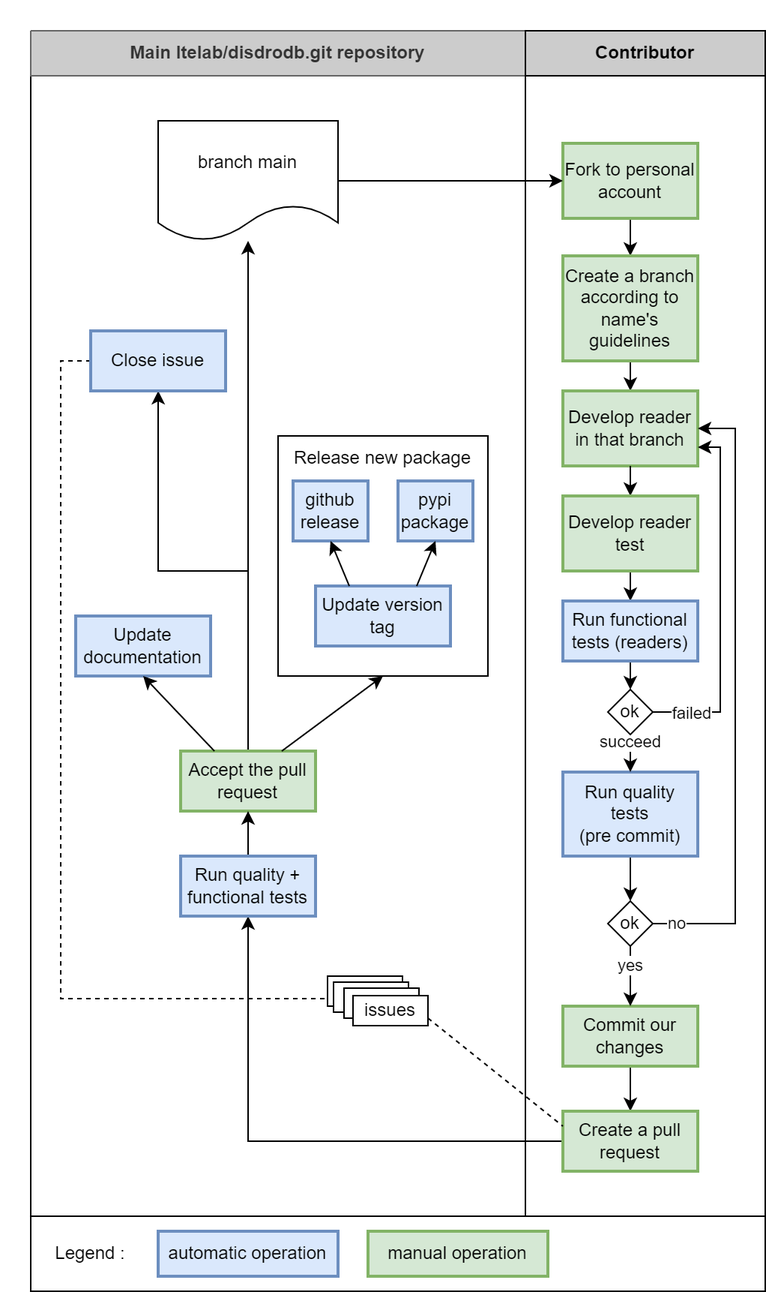
This is docs/source/static/collaborative_process.png from ltelab/disdrodb, a draw.io export, as it was before one commit. Source tidied: cells renumbered, new cells last; positions are measured from the earlier drawing's top-left corner, leaving out a move shared by most shapes.
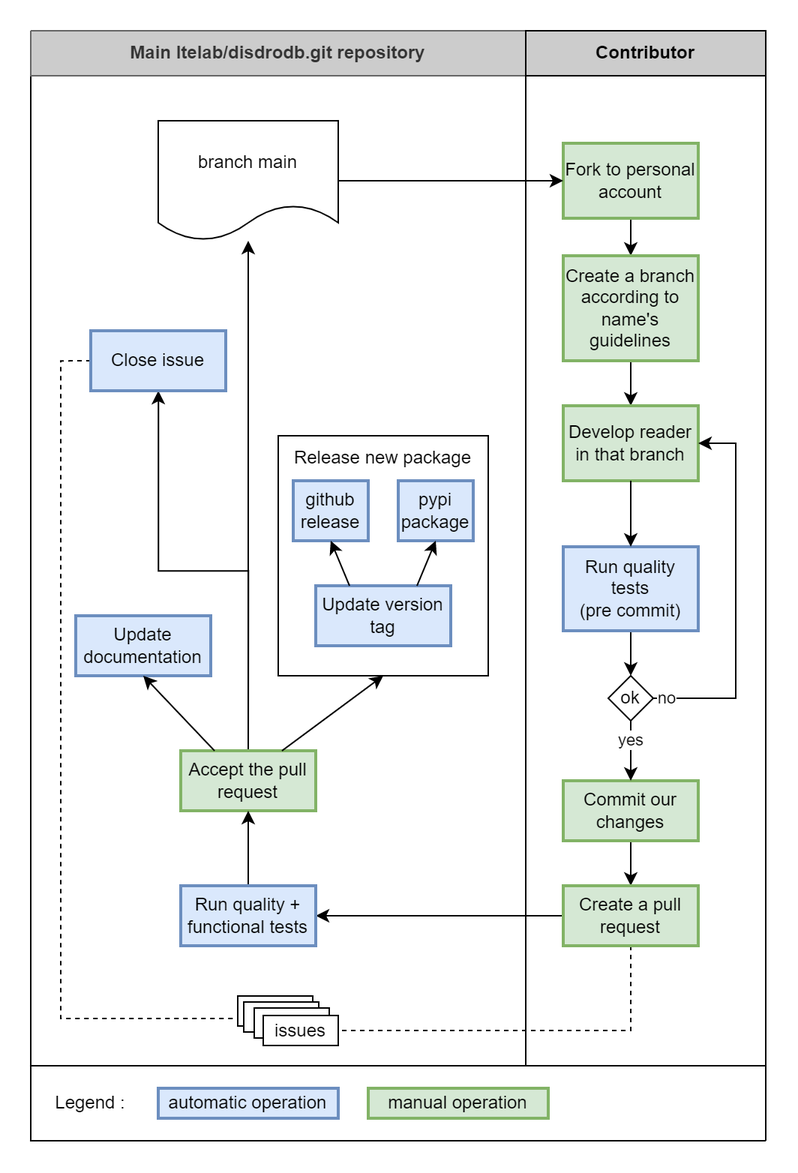
Above is the later version.

Commit message:
feat: change image contributing process

Diff of the diagram source:
```diff
@@ -3,13 +3,13 @@
     <mxCell id="0" />
     <mxCell id="1" parent="0" />
     <mxCell id="2" style="rounded=0;whiteSpace=wrap;html=1;" parent="1" vertex="1">
-      <mxGeometry x="20" y="810" width="490" height="50" as="geometry" />
+      <mxGeometry x="20" y="710" width="490" height="50" as="geometry" />
     </mxCell>
     <mxCell id="3" style="rounded=0;whiteSpace=wrap;html=1;" parent="1" vertex="1">
-      <mxGeometry x="350" y="50" width="160" height="760" as="geometry" />
+      <mxGeometry x="350" y="50" width="160" height="660" as="geometry" />
     </mxCell>
     <mxCell id="4" style="rounded=0;whiteSpace=wrap;html=1;" parent="1" vertex="1">
-      <mxGeometry x="20" y="50" width="330" height="760" as="geometry" />
+      <mxGeometry x="20" y="50" width="330" height="660" as="geometry" />
     </mxCell>
     <mxCell id="5" style="rounded=0;whiteSpace=wrap;html=1;" parent="1" vertex="1">
       <mxGeometry x="185" y="290" width="140" height="160" as="geometry" />
@@ -39,104 +39,104 @@
       <mxGeometry x="375" y="170" width="90" height="70" as="geometry" />
     </mxCell>
     <mxCell id="14" value="Develop reader in that branch" style="rounded=0;whiteSpace=wrap;html=1;absoluteArcSize=1;arcSize=14;strokeWidth=2;fillColor=#d5e8d4;strokeColor=#82b366;" parent="1" vertex="1">
-      <mxGeometry x="375" y="260" width="90" height="50" as="geometry" />
+      <mxGeometry x="375" y="270" width="90" height="50" as="geometry" />
     </mxCell>
-    <mxCell id="15" style="edgeStyle=orthogonalEdgeStyle;rounded=0;jettySize=auto;html=1;exitX=0.5;exitY=1;exitDx=0;exitDy=0;" parent="1" edge="1" source="16" target="18">
+    <mxCell id="15" style="edgeStyle=orthogonalEdgeStyle;rounded=0;jettySize=auto;html=1;exitX=0.5;exitY=1;exitDx=0;exitDy=0;" parent="1" edge="1" source="16" target="19">
       <mxGeometry relative="1" as="geometry" />
     </mxCell>
     <mxCell id="16" value="Commit our changes" style="rounded=0;whiteSpace=wrap;html=1;absoluteArcSize=1;arcSize=14;strokeWidth=2;fillColor=#d5e8d4;strokeColor=#82b366;" parent="1" vertex="1">
-      <mxGeometry x="375" y="670" width="90" height="40" as="geometry" />
+      <mxGeometry x="375" y="520" width="90" height="40" as="geometry" />
     </mxCell>
-    <mxCell id="17" style="edgeStyle=orthogonalEdgeStyle;rounded=0;jettySize=auto;html=1;exitX=0;exitY=0.5;exitDx=0;exitDy=0;entryX=0.5;entryY=1;entryDx=0;entryDy=0;" parent="1" edge="1" source="18" target="57">
+    <mxCell id="17" style="edgeStyle=orthogonalEdgeStyle;rounded=0;jettySize=auto;html=1;exitX=0;exitY=0.5;exitDx=0;exitDy=0;entryX=1;entryY=0.5;entryDx=0;entryDy=0;" parent="1" edge="1" source="19" target="50">
       <mxGeometry relative="1" as="geometry" />
     </mxCell>
-    <mxCell id="18" value="Create a pull request" style="rounded=0;whiteSpace=wrap;html=1;absoluteArcSize=1;arcSize=14;strokeWidth=2;fillColor=#d5e8d4;strokeColor=#82b366;" parent="1" vertex="1">
-      <mxGeometry x="375" y="740" width="90" height="40" as="geometry" />
+    <mxCell id="18" style="edgeStyle=orthogonalEdgeStyle;rounded=0;jettySize=auto;html=1;exitX=0.5;exitY=1;exitDx=0;exitDy=0;entryX=1;entryY=0.5;entryDx=0;entryDy=0;endArrow=none;endFill=0;dashed=1;" parent="1" edge="1" source="19" target="44">
+      <mxGeometry relative="1" as="geometry" />
     </mxCell>
-    <mxCell id="19" style="edgeStyle=orthogonalEdgeStyle;rounded=0;jettySize=auto;html=1;exitX=0.5;exitY=0;exitDx=0;exitDy=0;" parent="1" edge="1" source="21" target="8">
-      <mxGeometry relative="1" as="geometry" />
+    <mxCell id="19" value="Create a pull request" style="rounded=0;whiteSpace=wrap;html=1;absoluteArcSize=1;arcSize=14;strokeWidth=2;fillColor=#d5e8d4;strokeColor=#82b366;" parent="1" vertex="1">
+      <mxGeometry x="375" y="590" width="90" height="40" as="geometry" />
     </mxCell>
-    <mxCell id="20" style="edgeStyle=orthogonalEdgeStyle;rounded=0;jettySize=auto;html=1;exitX=0.5;exitY=0;exitDx=0;exitDy=0;" parent="1" edge="1" source="21" target="46">
+    <mxCell id="20" style="edgeStyle=orthogonalEdgeStyle;rounded=0;jettySize=auto;html=1;exitX=0.5;exitY=0;exitDx=0;exitDy=0;" parent="1" edge="1" source="22" target="8">
       <mxGeometry relative="1" as="geometry" />
     </mxCell>
-    <mxCell id="21" value="Accept the pull request" style="rounded=0;whiteSpace=wrap;html=1;absoluteArcSize=1;arcSize=14;strokeWidth=2;fillColor=#d5e8d4;strokeColor=#82b366;" parent="1" vertex="1">
-      <mxGeometry x="120" y="500" width="90" height="40" as="geometry" />
+    <mxCell id="21" style="edgeStyle=orthogonalEdgeStyle;rounded=0;jettySize=auto;html=1;exitX=0.5;exitY=0;exitDx=0;exitDy=0;" parent="1" edge="1" source="22" target="46">
+      <mxGeometry relative="1" as="geometry" />
     </mxCell>
-    <mxCell id="22" value="github release" style="rounded=0;whiteSpace=wrap;html=1;absoluteArcSize=1;arcSize=14;strokeWidth=2;fillColor=#dae8fc;strokeColor=#6c8ebf;" parent="1" vertex="1">
-      <mxGeometry x="195" y="320" width="50" height="40" as="geometry" />
+    <mxCell id="22" value="Accept the pull request" style="rounded=0;whiteSpace=wrap;html=1;absoluteArcSize=1;arcSize=14;strokeWidth=2;fillColor=#d5e8d4;strokeColor=#82b366;" parent="1" vertex="1">
+      <mxGeometry x="120" y="500" width="90" height="40" as="geometry" />
     </mxCell>
-    <mxCell id="23" value="Update documentation" style="rounded=0;whiteSpace=wrap;html=1;absoluteArcSize=1;arcSize=14;strokeWidth=2;fillColor=#dae8fc;strokeColor=#6c8ebf;" parent="1" vertex="1">
-      <mxGeometry x="50" y="410" width="90" height="40" as="geometry" />
+    <mxCell id="23" value="github release" style="rounded=0;whiteSpace=wrap;html=1;absoluteArcSize=1;arcSize=14;strokeWidth=2;fillColor=#dae8fc;strokeColor=#6c8ebf;" parent="1" vertex="1">
+      <mxGeometry x="195" y="320" width="50" height="40" as="geometry" />
     </mxCell>
-    <mxCell id="24" style="edgeStyle=orthogonalEdgeStyle;rounded=0;jettySize=auto;html=1;exitX=0.5;exitY=1;exitDx=0;exitDy=0;entryX=0.5;entryY=0;entryDx=0;entryDy=0;" parent="1" edge="1" source="25" target="28">
-      <mxGeometry relative="1" as="geometry" />
+    <mxCell id="24" value="Update documentation" style="rounded=0;whiteSpace=wrap;html=1;absoluteArcSize=1;arcSize=14;strokeWidth=2;fillColor=#dae8fc;strokeColor=#6c8ebf;" parent="1" vertex="1">
+      <mxGeometry x="50" y="410" width="90" height="40" as="geometry" />
     </mxCell>
-    <mxCell id="25" value="Run quality tests&lt;br&gt;(pre commit)" style="rounded=0;whiteSpace=wrap;html=1;absoluteArcSize=1;arcSize=14;strokeWidth=2;fillColor=#dae8fc;strokeColor=#6c8ebf;" parent="1" vertex="1">
-      <mxGeometry x="375" y="514" width="90" height="56" as="geometry" />
+    <mxCell id="25" style="edgeStyle=orthogonalEdgeStyle;rounded=0;jettySize=auto;html=1;exitX=0.5;exitY=1;exitDx=0;exitDy=0;entryX=0.5;entryY=0;entryDx=0;entryDy=0;" parent="1" edge="1" source="26" target="29">
+      <mxGeometry relative="1" as="geometry" />
     </mxCell>
-    <mxCell id="26" style="endArrow=classic;html=1;rounded=0;exitX=0.5;exitY=1;exitDx=0;exitDy=0;" parent="1" edge="1" source="14" target="49">
-      <mxGeometry relative="1" as="geometry" />
+    <mxCell id="26" value="Run quality tests&lt;br&gt;(pre commit)" style="rounded=0;whiteSpace=wrap;html=1;absoluteArcSize=1;arcSize=14;strokeWidth=2;fillColor=#dae8fc;strokeColor=#6c8ebf;" parent="1" vertex="1">
+      <mxGeometry x="375" y="364" width="90" height="56" as="geometry" />
     </mxCell>
-    <mxCell id="27" value="no" style="edgeStyle=orthogonalEdgeStyle;rounded=0;jettySize=auto;html=1;exitX=1;exitY=0.5;exitDx=0;exitDy=0;entryX=1;entryY=0.5;entryDx=0;entryDy=0;" parent="1" edge="1" source="28" target="14">
-      <mxGeometry x="-0.92" relative="1" as="geometry">
-        <Array as="points">
-          <mxPoint x="490" y="615" />
-          <mxPoint x="490" y="285" />
-        </Array>
-      </mxGeometry>
+    <mxCell id="27" style="endArrow=classic;html=1;rounded=0;exitX=0.5;exitY=1;exitDx=0;exitDy=0;entryX=0.5;entryY=0;entryDx=0;entryDy=0;" parent="1" edge="1" source="14" target="26">
+      <mxGeometry relative="1" as="geometry" />
     </mxCell>
-    <mxCell id="28" value="ok" style="rhombus;whiteSpace=wrap;html=1;rounded=0;" parent="1" vertex="1">
-      <mxGeometry x="405" y="600" width="30" height="30" as="geometry" />
+    <mxCell id="28" value="no" style="edgeStyle=orthogonalEdgeStyle;rounded=0;jettySize=auto;html=1;exitX=1;exitY=0.5;exitDx=0;exitDy=0;entryX=1;entryY=0.5;entryDx=0;entryDy=0;" parent="1" edge="1" source="29" target="14">
+      <mxGeometry x="-0.92" relative="1" as="geometry">
+        <Array as="points">
+          <mxPoint x="490" y="465" />
+          <mxPoint x="490" y="295" />
+        </Array>
+      </mxGeometry>
     </mxCell>
-    <mxCell id="29" value="yes" style="endArrow=classic;html=1;rounded=0;exitX=0.5;exitY=1;exitDx=0;exitDy=0;entryX=0.5;entryY=0;entryDx=0;entryDy=0;" parent="1" edge="1" source="28" target="16">
-      <mxGeometry x="-0.33" relative="1" as="geometry" />
+    <mxCell id="29" value="ok" style="rhombus;whiteSpace=wrap;html=1;rounded=0;" parent="1" vertex="1">
+      <mxGeometry x="405" y="450" width="30" height="30" as="geometry" />
     </mxCell>
-    <mxCell id="30" value="Update version tag" style="rounded=0;whiteSpace=wrap;html=1;absoluteArcSize=1;arcSize=14;strokeWidth=2;fillColor=#dae8fc;strokeColor=#6c8ebf;" parent="1" vertex="1">
-      <mxGeometry x="210" y="390" width="90" height="40" as="geometry" />
+    <mxCell id="30" value="yes" style="endArrow=classic;html=1;rounded=0;exitX=0.5;exitY=1;exitDx=0;exitDy=0;entryX=0.5;entryY=0;entryDx=0;entryDy=0;" parent="1" edge="1" source="29" target="16">
+      <mxGeometry x="-0.33" relative="1" as="geometry" />
     </mxCell>
-    <mxCell id="31" value="Release new package" style="text;html=1;strokeColor=none;fillColor=none;align=center;verticalAlign=middle;whiteSpace=wrap;rounded=0;" parent="1" vertex="1">
-      <mxGeometry x="180" y="290" width="150" height="30" as="geometry" />
+    <mxCell id="31" value="Update version tag" style="rounded=0;whiteSpace=wrap;html=1;absoluteArcSize=1;arcSize=14;strokeWidth=2;fillColor=#dae8fc;strokeColor=#6c8ebf;" parent="1" vertex="1">
+      <mxGeometry x="210" y="390" width="90" height="40" as="geometry" />
     </mxCell>
-    <mxCell id="32" value="pypi package" style="rounded=0;whiteSpace=wrap;html=1;absoluteArcSize=1;arcSize=14;strokeWidth=2;fillColor=#dae8fc;strokeColor=#6c8ebf;" parent="1" vertex="1">
-      <mxGeometry x="265" y="320" width="50" height="40" as="geometry" />
+    <mxCell id="32" value="Release new package" style="text;html=1;strokeColor=none;fillColor=none;align=center;verticalAlign=middle;whiteSpace=wrap;rounded=0;" parent="1" vertex="1">
+      <mxGeometry x="180" y="290" width="150" height="30" as="geometry" />
     </mxCell>
-    <mxCell id="33" style="endArrow=classic;html=1;rounded=0;entryX=0.5;entryY=1;entryDx=0;entryDy=0;exitX=0.25;exitY=0;exitDx=0;exitDy=0;" parent="1" edge="1" source="30" target="22">
-      <mxGeometry relative="1" as="geometry" />
+    <mxCell id="33" value="pypi package" style="rounded=0;whiteSpace=wrap;html=1;absoluteArcSize=1;arcSize=14;strokeWidth=2;fillColor=#dae8fc;strokeColor=#6c8ebf;" parent="1" vertex="1">
+      <mxGeometry x="265" y="320" width="50" height="40" as="geometry" />
     </mxCell>
-    <mxCell id="34" style="endArrow=classic;html=1;rounded=0;exitX=0.75;exitY=0;exitDx=0;exitDy=0;entryX=0.5;entryY=1;entryDx=0;entryDy=0;" parent="1" edge="1" source="30" target="32">
+    <mxCell id="34" style="endArrow=classic;html=1;rounded=0;entryX=0.5;entryY=1;entryDx=0;entryDy=0;exitX=0.25;exitY=0;exitDx=0;exitDy=0;" parent="1" edge="1" source="31" target="23">
       <mxGeometry relative="1" as="geometry" />
     </mxCell>
-    <mxCell id="35" style="endArrow=classic;html=1;rounded=0;entryX=0.5;entryY=1;entryDx=0;entryDy=0;exitX=0.75;exitY=0;exitDx=0;exitDy=0;" parent="1" edge="1" source="21" target="5">
+    <mxCell id="35" style="endArrow=classic;html=1;rounded=0;exitX=0.75;exitY=0;exitDx=0;exitDy=0;entryX=0.5;entryY=1;entryDx=0;entryDy=0;" parent="1" edge="1" source="31" target="33">
       <mxGeometry relative="1" as="geometry" />
     </mxCell>
-    <mxCell id="36" style="endArrow=classic;html=1;rounded=0;entryX=0.5;entryY=1;entryDx=0;entryDy=0;exitX=0.25;exitY=0;exitDx=0;exitDy=0;" parent="1" edge="1" source="21" target="23">
+    <mxCell id="36" style="endArrow=classic;html=1;rounded=0;entryX=0.5;entryY=1;entryDx=0;entryDy=0;exitX=0.75;exitY=0;exitDx=0;exitDy=0;" parent="1" edge="1" source="22" target="5">
       <mxGeometry relative="1" as="geometry" />
     </mxCell>
-    <mxCell id="37" value="Legend :" style="text;html=1;strokeColor=none;fillColor=none;align=center;verticalAlign=middle;whiteSpace=wrap;rounded=0;" parent="1" vertex="1">
-      <mxGeometry x="30" y="820" width="60" height="30" as="geometry" />
+    <mxCell id="37" style="endArrow=classic;html=1;rounded=0;entryX=0.5;entryY=1;entryDx=0;entryDy=0;exitX=0.25;exitY=0;exitDx=0;exitDy=0;" parent="1" edge="1" source="22" target="24">
+      <mxGeometry relative="1" as="geometry" />
     </mxCell>
-    <mxCell id="38" value="automatic operation" style="rounded=0;whiteSpace=wrap;html=1;absoluteArcSize=1;arcSize=14;strokeWidth=2;fillColor=#dae8fc;strokeColor=#6c8ebf;" parent="1" vertex="1">
-      <mxGeometry x="105" y="820" width="120" height="30" as="geometry" />
+    <mxCell id="38" value="Legend :" style="text;html=1;strokeColor=none;fillColor=none;align=center;verticalAlign=middle;whiteSpace=wrap;rounded=0;" parent="1" vertex="1">
+      <mxGeometry x="30" y="720" width="60" height="30" as="geometry" />
     </mxCell>
-    <mxCell id="39" value="manual operation" style="rounded=0;whiteSpace=wrap;html=1;absoluteArcSize=1;arcSize=14;strokeWidth=2;fillColor=#d5e8d4;strokeColor=#82b366;" parent="1" vertex="1">
-      <mxGeometry x="245" y="820" width="120" height="30" as="geometry" />
+    <mxCell id="39" value="automatic operation" style="rounded=0;whiteSpace=wrap;html=1;absoluteArcSize=1;arcSize=14;strokeWidth=2;fillColor=#dae8fc;strokeColor=#6c8ebf;" parent="1" vertex="1">
+      <mxGeometry x="105" y="725" width="120" height="20" as="geometry" />
     </mxCell>
-    <mxCell id="40" value="issues" style="rounded=0;whiteSpace=wrap;html=1;" parent="1" vertex="1">
-      <mxGeometry x="218" y="650" width="50" height="20" as="geometry" />
+    <mxCell id="40" value="manual operation" style="rounded=0;whiteSpace=wrap;html=1;absoluteArcSize=1;arcSize=14;strokeWidth=2;fillColor=#d5e8d4;strokeColor=#82b366;" parent="1" vertex="1">
+      <mxGeometry x="245" y="725" width="120" height="20" as="geometry" />
     </mxCell>
     <mxCell id="41" value="issues" style="rounded=0;whiteSpace=wrap;html=1;" parent="1" vertex="1">
-      <mxGeometry x="222" y="654" width="50" height="20" as="geometry" />
+      <mxGeometry x="158" y="663.5" width="50" height="20" as="geometry" />
     </mxCell>
     <mxCell id="42" value="issues" style="rounded=0;whiteSpace=wrap;html=1;" parent="1" vertex="1">
-      <mxGeometry x="229" y="658" width="50" height="20" as="geometry" />
+      <mxGeometry x="162" y="667.5" width="50" height="20" as="geometry" />
     </mxCell>
     <mxCell id="43" value="issues" style="rounded=0;whiteSpace=wrap;html=1;" parent="1" vertex="1">
-      <mxGeometry x="235" y="663" width="50" height="20" as="geometry" />
+      <mxGeometry x="169" y="671.5" width="50" height="20" as="geometry" />
     </mxCell>
-    <mxCell id="44" style="endArrow=none;dashed=1;html=1;strokeWidth=1;rounded=0;exitX=1;exitY=0.75;exitDx=0;exitDy=0;entryX=0;entryY=0.25;entryDx=0;entryDy=0;" parent="1" edge="1" source="43" target="18">
-      <mxGeometry relative="1" as="geometry" />
+    <mxCell id="44" value="issues" style="rounded=0;whiteSpace=wrap;html=1;" parent="1" vertex="1">
+      <mxGeometry x="175" y="676.5" width="50" height="20" as="geometry" />
     </mxCell>
-    <mxCell id="45" style="edgeStyle=orthogonalEdgeStyle;rounded=0;jettySize=auto;html=1;exitX=0;exitY=0.5;exitDx=0;exitDy=0;entryX=0;entryY=0.75;entryDx=0;entryDy=0;dashed=1;endArrow=none;endFill=0;" parent="1" edge="1" source="46" target="40">
+    <mxCell id="45" style="edgeStyle=orthogonalEdgeStyle;rounded=0;jettySize=auto;html=1;exitX=0;exitY=0.5;exitDx=0;exitDy=0;entryX=0;entryY=0.75;entryDx=0;entryDy=0;dashed=1;endArrow=none;endFill=0;" parent="1" edge="1" source="46" target="41">
       <mxGeometry relative="1" as="geometry" />
     </mxCell>
     <mxCell id="46" value="Close issue" style="rounded=0;whiteSpace=wrap;html=1;absoluteArcSize=1;arcSize=14;strokeWidth=2;fillColor=#dae8fc;strokeColor=#6c8ebf;" parent="1" vertex="1">
@@ -145,42 +145,14 @@
     <mxCell id="47" style="rounded=0;whiteSpace=wrap;html=1;fillColor=default;strokeColor=none;" parent="1" vertex="1">
       <mxGeometry width="20" height="20" as="geometry" />
     </mxCell>
-    <mxCell id="48" style="edgeStyle=orthogonalEdgeStyle;rounded=0;jettySize=auto;html=1;exitX=0.5;exitY=1;exitDx=0;exitDy=0;entryX=0.5;entryY=0;entryDx=0;entryDy=0;" parent="1" edge="1" source="49" target="51">
-      <mxGeometry relative="1" as="geometry" />
+    <mxCell id="48" style="rounded=0;whiteSpace=wrap;html=1;fillColor=default;strokeColor=none;" parent="1" vertex="1">
+      <mxGeometry x="510" y="760" width="20" height="20" as="geometry" />
     </mxCell>
-    <mxCell id="49" value="Develop reader test" style="rounded=0;whiteSpace=wrap;html=1;absoluteArcSize=1;arcSize=14;strokeWidth=2;fillColor=#d5e8d4;strokeColor=#82b366;" parent="1" vertex="1">
-      <mxGeometry x="375" y="330" width="90" height="50" as="geometry" />
+    <mxCell id="49" style="edgeStyle=orthogonalEdgeStyle;rounded=0;jettySize=auto;html=1;exitX=0.5;exitY=0;exitDx=0;exitDy=0;entryX=0.5;entryY=1;entryDx=0;entryDy=0;endArrow=classic;endFill=1;strokeWidth=1;" parent="1" edge="1" source="50" target="22">
+      <mxGeometry relative="1" as="geometry" />
     </mxCell>
-    <mxCell id="50" style="edgeStyle=orthogonalEdgeStyle;rounded=0;jettySize=auto;html=1;exitX=0.5;exitY=1;exitDx=0;exitDy=0;entryX=0.5;entryY=0;entryDx=0;entryDy=0;" parent="1" edge="1" source="51" target="55">
-      <mxGeometry relative="1" as="geometry" />
+    <mxCell id="50" value="Run quality + functional tests" style="rounded=0;whiteSpace=wrap;html=1;absoluteArcSize=1;arcSize=14;strokeWidth=2;fillColor=#dae8fc;strokeColor=#6c8ebf;" parent="1" vertex="1">
+      <mxGeometry x="120" y="590" width="90" height="40" as="geometry" />
     </mxCell>
-    <mxCell id="51" value="Run functional tests (readers)" style="rounded=0;whiteSpace=wrap;html=1;absoluteArcSize=1;arcSize=14;strokeWidth=2;fillColor=#dae8fc;strokeColor=#6c8ebf;" parent="1" vertex="1">
-      <mxGeometry x="375" y="400" width="90" height="40" as="geometry" />
-    </mxCell>
-    <mxCell id="52" value="succeed" style="edgeStyle=orthogonalEdgeStyle;rounded=0;jettySize=auto;html=1;exitX=0.5;exitY=1;exitDx=0;exitDy=0;entryX=0.5;entryY=0;entryDx=0;entryDy=0;" parent="1" edge="1" source="55" target="25">
-      <mxGeometry x="-0.6" relative="1" as="geometry" />
-    </mxCell>
-    <mxCell id="53" style="edgeStyle=orthogonalEdgeStyle;rounded=0;jettySize=auto;html=1;exitX=1;exitY=0.5;exitDx=0;exitDy=0;entryX=1;entryY=0.75;entryDx=0;entryDy=0;" parent="1" edge="1" source="55" target="14">
-      <mxGeometry relative="1" as="geometry">
-        <Array as="points">
-          <mxPoint x="480" y="474" />
-          <mxPoint x="480" y="298" />
-        </Array>
-      </mxGeometry>
-    </mxCell>
-    <mxCell id="54" value="failed" style="edgeLabel;html=1;align=center;verticalAlign=middle;" parent="53" vertex="1">
-      <mxGeometry x="-0.83" relative="1" as="geometry">
-        <mxPoint x="5" as="offset" />
-      </mxGeometry>
-    </mxCell>
-    <mxCell id="55" value="ok" style="rhombus;whiteSpace=wrap;html=1;rounded=0;" parent="1" vertex="1">
-      <mxGeometry x="405" y="459" width="30" height="30" as="geometry" />
-    </mxCell>
-    <mxCell id="56" style="edgeStyle=orthogonalEdgeStyle;rounded=0;jettySize=auto;html=1;exitX=0.5;exitY=0;exitDx=0;exitDy=0;entryX=0.5;entryY=1;entryDx=0;entryDy=0;endArrow=classic;endFill=1;strokeWidth=1;" parent="1" edge="1" source="57" target="21">
-      <mxGeometry relative="1" as="geometry" />
-    </mxCell>
-    <mxCell id="57" value="Run quality + functional tests" style="rounded=0;whiteSpace=wrap;html=1;absoluteArcSize=1;arcSize=14;strokeWidth=2;fillColor=#dae8fc;strokeColor=#6c8ebf;" parent="1" vertex="1">
-      <mxGeometry x="120" y="570" width="90" height="40" as="geometry" />
-    </mxCell>
   </root>
 </mxGraphModel>
```
